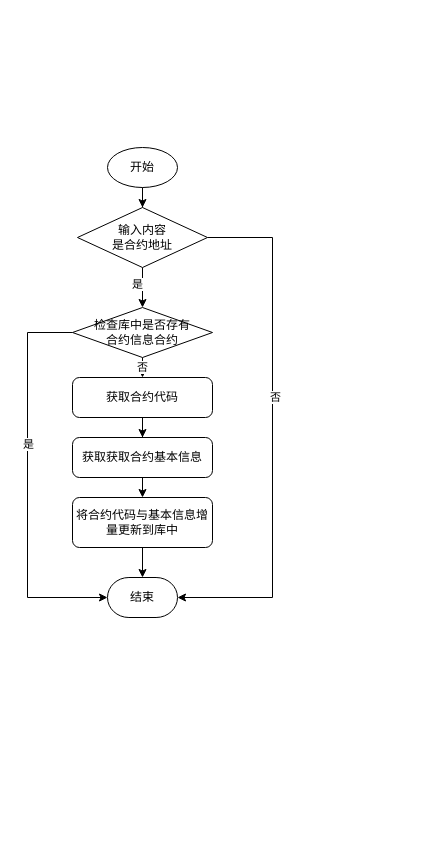
Above: contract_pre_process.drawio in wang2gua/test (draw.io), before the change. Source tidied: cells renumbered, new cells numbered last; positions are measured from the earlier drawing's top-left corner, leaving out a move shared by most shapes. Both pictures are drawn from the tidied source at 100%, with x=0, y=0 at pixel (27, 147).
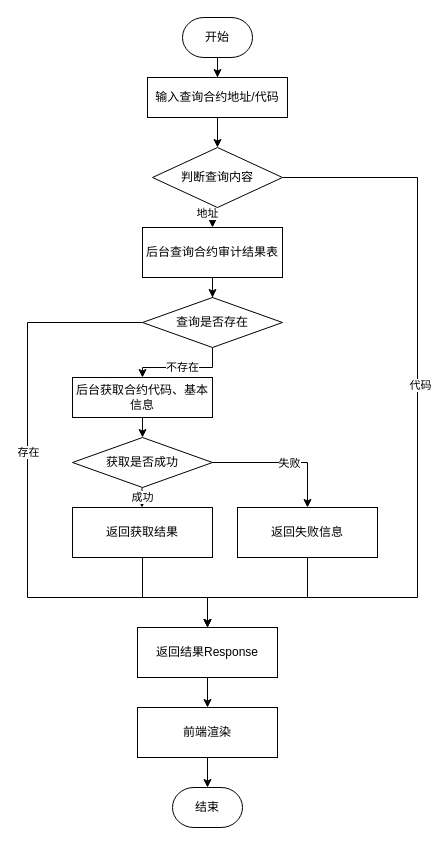
The same page after the edit.

The edit, as a diff of the source:
```diff
@@
-    <mxCell id="2" style="edgeStyle=orthogonalEdgeStyle;rounded=0;jettySize=auto;html=1;exitX=0.5;exitY=1;exitDx=0;exitDy=0;exitPerimeter=0;" parent="1" edge="1" source="3" target="10">
+    <mxCell id="2" style="edgeStyle=orthogonalEdgeStyle;rounded=0;jettySize=auto;html=1;exitX=0.5;exitY=1;exitDx=0;exitDy=0;entryX=0.5;entryY=0;entryDx=0;entryDy=0;entryPerimeter=0;" parent="1" edge="1" source="20" target="10">
       <mxGeometry relative="1" as="geometry" />
     </mxCell>
-    <mxCell id="3" value="开始" style="strokeWidth=1;html=1;shape=mxgraph.flowchart.start_1;whiteSpace=wrap;" parent="1" vertex="1">
-      <mxGeometry x="80" width="70" height="40" as="geometry" />
-    </mxCell>
     <mxCell id="4" value="结束" style="strokeWidth=1;html=1;shape=mxgraph.flowchart.terminator;whiteSpace=wrap;" parent="1" vertex="1">
-      <mxGeometry x="80" y="430" width="70" height="40" as="geometry" />
+      <mxGeometry x="145" y="640" width="70" height="40" as="geometry" />
     </mxCell>
-    <mxCell id="5" style="edgeStyle=orthogonalEdgeStyle;rounded=0;jettySize=auto;html=1;exitX=0.5;exitY=1;exitDx=0;exitDy=0;" parent="1" edge="1" source="6" target="12">
-      <mxGeometry relative="1" as="geometry" />
+    <mxCell id="5" style="edgeStyle=orthogonalEdgeStyle;rounded=0;jettySize=auto;html=1;exitX=0.5;exitY=1;exitDx=0;exitDy=0;" parent="1" edge="1" source="6">
+      <mxGeometry relative="1" as="geometry">
+        <mxPoint x="115" y="290" as="targetPoint" />
+      </mxGeometry>
     </mxCell>
-    <mxCell id="6" value="获取合约代码" style="rounded=1;whiteSpace=wrap;html=1;absoluteArcSize=1;arcSize=14;strokeWidth=1;" parent="1" vertex="1">
+    <mxCell id="6" value="后台获取合约代码、基本信息" style="rounded=0;whiteSpace=wrap;html=1;absoluteArcSize=1;arcSize=14;strokeWidth=1;" parent="1" vertex="1">
       <mxGeometry x="45" y="230" width="140" height="40" as="geometry" />
     </mxCell>
-    <mxCell id="7" style="edgeStyle=orthogonalEdgeStyle;rounded=0;jettySize=auto;html=1;entryX=1;entryY=0.5;entryDx=0;entryDy=0;entryPerimeter=0;exitX=1;exitY=0.5;exitDx=0;exitDy=0;exitPerimeter=0;" parent="1" edge="1" source="10" target="4">
+    <mxCell id="7" style="edgeStyle=orthogonalEdgeStyle;rounded=0;jettySize=auto;html=1;exitX=1;exitY=0.5;exitDx=0;exitDy=0;exitPerimeter=0;entryX=0.5;entryY=0;entryDx=0;entryDy=0;" parent="1" edge="1" source="10" target="22">
       <mxGeometry relative="1" as="geometry">
         <Array as="points">
-          <mxPoint x="245" y="90" />
-          <mxPoint x="245" y="450" />
+          <mxPoint x="390" y="30" />
+          <mxPoint x="390" y="450" />
+          <mxPoint x="180" y="450" />
         </Array>
       </mxGeometry>
     </mxCell>
-    <mxCell id="8" value="否" style="edgeLabel;html=1;align=center;verticalAlign=middle;" parent="7" vertex="1">
+    <mxCell id="8" value="代码" style="edgeLabel;html=1;align=center;verticalAlign=middle;" parent="7" vertex="1">
       <mxGeometry x="-0.14" y="2" relative="1" as="geometry" />
     </mxCell>
-    <mxCell id="9" value="是" style="edgeStyle=orthogonalEdgeStyle;rounded=0;jettySize=auto;html=1;exitX=0.5;exitY=1;exitDx=0;exitDy=0;exitPerimeter=0;entryX=0.5;entryY=0;entryDx=0;entryDy=0;entryPerimeter=0;" parent="1" edge="1" source="10" target="16">
+    <mxCell id="9" value="地址" style="edgeStyle=orthogonalEdgeStyle;rounded=0;jettySize=auto;html=1;exitX=0.5;exitY=1;exitDx=0;exitDy=0;exitPerimeter=0;entryX=0.5;entryY=0;entryDx=0;entryDy=0;" parent="1" edge="1" source="10" target="33">
       <mxGeometry x="-0.14" y="-5" relative="1" as="geometry" />
     </mxCell>
-    <mxCell id="10" value="&lt;div&gt;输入内容&lt;/div&gt;&lt;div&gt;是合约地址&lt;/div&gt;" style="strokeWidth=1;html=1;shape=mxgraph.flowchart.decision;whiteSpace=wrap;" parent="1" vertex="1">
-      <mxGeometry x="50" y="60" width="130" height="60" as="geometry" />
+    <mxCell id="10" value="&lt;div&gt;&lt;span&gt;判断查询内容&lt;/span&gt;&lt;br&gt;&lt;/div&gt;" style="strokeWidth=1;html=1;shape=mxgraph.flowchart.decision;whiteSpace=wrap;" parent="1" vertex="1">
+      <mxGeometry x="125" width="130" height="60" as="geometry" />
     </mxCell>
-    <mxCell id="11" style="edgeStyle=orthogonalEdgeStyle;rounded=0;jettySize=auto;html=1;exitX=0.5;exitY=1;exitDx=0;exitDy=0;entryX=0.5;entryY=0;entryDx=0;entryDy=0;" parent="1" edge="1" source="12" target="18">
-      <mxGeometry relative="1" as="geometry" />
+    <mxCell id="11" value="成功" style="edgeStyle=orthogonalEdgeStyle;rounded=0;orthogonalLoop=1;jettySize=auto;html=1;exitX=0.5;exitY=1;exitDx=0;exitDy=0;entryX=0.5;entryY=0;entryDx=0;entryDy=0;" parent="1" edge="1">
+      <mxGeometry relative="1" as="geometry">
+        <mxPoint x="114.5" y="340" as="sourcePoint" />
+        <mxPoint x="114.5" y="360" as="targetPoint" />
+      </mxGeometry>
     </mxCell>
-    <mxCell id="12" value="获取获取合约基本信息" style="rounded=1;whiteSpace=wrap;html=1;absoluteArcSize=1;arcSize=14;strokeWidth=1;" parent="1" vertex="1">
-      <mxGeometry x="45" y="290" width="140" height="40" as="geometry" />
-    </mxCell>
-    <mxCell id="13" style="edgeStyle=orthogonalEdgeStyle;rounded=0;jettySize=auto;html=1;exitX=0;exitY=0.5;exitDx=0;exitDy=0;exitPerimeter=0;entryX=0;entryY=0.5;entryDx=0;entryDy=0;entryPerimeter=0;" parent="1" edge="1" source="16" target="4">
+    <mxCell id="13" style="edgeStyle=orthogonalEdgeStyle;rounded=0;jettySize=auto;html=1;exitX=0;exitY=0.5;exitDx=0;exitDy=0;exitPerimeter=0;" parent="1" edge="1" source="16">
       <mxGeometry relative="1" as="geometry">
+        <mxPoint x="180" y="490" as="targetPoint" />
         <Array as="points">
-          <mxPoint y="185" />
+          <mxPoint y="175" />
           <mxPoint y="450" />
+          <mxPoint x="180" y="450" />
         </Array>
       </mxGeometry>
     </mxCell>
-    <mxCell id="14" value="是" style="edgeLabel;html=1;align=center;verticalAlign=middle;" parent="13" vertex="1">
+    <mxCell id="14" value="存在" style="edgeLabel;html=1;align=center;verticalAlign=middle;" parent="13" vertex="1">
       <mxGeometry x="-0.2" relative="1" as="geometry" />
     </mxCell>
-    <mxCell id="15" value="否" style="edgeStyle=orthogonalEdgeStyle;rounded=0;jettySize=auto;html=1;exitX=0.5;exitY=1;exitDx=0;exitDy=0;exitPerimeter=0;entryX=0.5;entryY=0;entryDx=0;entryDy=0;" parent="1" edge="1" source="16" target="6">
+    <mxCell id="15" value="不存在" style="edgeStyle=orthogonalEdgeStyle;rounded=0;jettySize=auto;html=1;exitX=0.5;exitY=1;exitDx=0;exitDy=0;exitPerimeter=0;entryX=0.5;entryY=0;entryDx=0;entryDy=0;" parent="1" edge="1" source="16" target="6">
       <mxGeometry relative="1" as="geometry" />
     </mxCell>
-    <mxCell id="16" value="&lt;div&gt;检查库中是否存有&lt;/div&gt;&lt;div&gt;合约信息合约&lt;br&gt;&lt;/div&gt;" style="strokeWidth=1;html=1;shape=mxgraph.flowchart.decision;whiteSpace=wrap;" parent="1" vertex="1">
-      <mxGeometry x="45" y="160" width="140" height="50" as="geometry" />
+    <mxCell id="16" value="查询是否存在" style="strokeWidth=1;html=1;shape=mxgraph.flowchart.decision;whiteSpace=wrap;" parent="1" vertex="1">
+      <mxGeometry x="115" y="150" width="140" height="50" as="geometry" />
     </mxCell>
-    <mxCell id="17" style="edgeStyle=orthogonalEdgeStyle;rounded=0;jettySize=auto;html=1;exitX=0.5;exitY=1;exitDx=0;exitDy=0;" parent="1" edge="1" source="18" target="4">
-      <mxGeometry relative="1" as="geometry" />
-    </mxCell>
-    <mxCell id="18" value="将合约代码与基本信息增量更新到库中" style="rounded=1;whiteSpace=wrap;html=1;absoluteArcSize=1;arcSize=14;strokeWidth=1;" parent="1" vertex="1">
-      <mxGeometry x="45" y="350" width="140" height="50" as="geometry" />
-    </mxCell>
+    <mxCell id="19" style="edgeStyle=orthogonalEdgeStyle;rounded=0;jettySize=auto;html=1;" parent="1" edge="1" source="3" target="20">
+      <mxGeometry relative="1" as="geometry" />
+    </mxCell>
+    <mxCell id="3" value="开始" style="strokeWidth=1;html=1;shape=mxgraph.flowchart.terminator;whiteSpace=wrap;" parent="1" vertex="1">
+      <mxGeometry x="155" y="-130" width="70" height="40" as="geometry" />
+    </mxCell>
+    <mxCell id="20" value="输入查询合约地址/代码" style="rounded=0;whiteSpace=wrap;html=1;absoluteArcSize=1;arcSize=14;strokeWidth=1;" parent="1" vertex="1">
+      <mxGeometry x="120" y="-70" width="140" height="40" as="geometry" />
+    </mxCell>
+    <mxCell id="21" style="edgeStyle=orthogonalEdgeStyle;rounded=0;jettySize=auto;html=1;exitX=0.5;exitY=1;exitDx=0;exitDy=0;entryX=0.5;entryY=0;entryDx=0;entryDy=0;" parent="1" edge="1" source="22" target="24">
+      <mxGeometry relative="1" as="geometry" />
+    </mxCell>
+    <mxCell id="22" value="返回结果Response" style="rounded=0;whiteSpace=wrap;html=1;absoluteArcSize=1;arcSize=14;strokeWidth=1;" parent="1" vertex="1">
+      <mxGeometry x="110" y="480" width="140" height="50" as="geometry" />
+    </mxCell>
+    <mxCell id="23" style="edgeStyle=orthogonalEdgeStyle;rounded=0;jettySize=auto;html=1;exitX=0.5;exitY=1;exitDx=0;exitDy=0;" parent="1" edge="1" source="24" target="4">
+      <mxGeometry relative="1" as="geometry" />
+    </mxCell>
+    <mxCell id="24" value="前端渲染" style="rounded=0;whiteSpace=wrap;html=1;absoluteArcSize=1;arcSize=14;strokeWidth=1;" parent="1" vertex="1">
+      <mxGeometry x="110" y="560" width="140" height="50" as="geometry" />
+    </mxCell>
+    <mxCell id="25" style="edgeStyle=orthogonalEdgeStyle;rounded=0;jettySize=auto;html=1;exitX=1;exitY=0.5;exitDx=0;exitDy=0;exitPerimeter=0;entryX=0.5;entryY=0;entryDx=0;entryDy=0;" parent="1" edge="1" source="27" target="31">
+      <mxGeometry relative="1" as="geometry" />
+    </mxCell>
+    <mxCell id="26" value="失败" style="edgeLabel;html=1;align=center;verticalAlign=middle;" parent="25" vertex="1">
+      <mxGeometry x="0.09" relative="1" as="geometry" />
+    </mxCell>
+    <mxCell id="27" value="&lt;div&gt;获取是否成功&lt;/div&gt;" style="strokeWidth=1;html=1;shape=mxgraph.flowchart.decision;whiteSpace=wrap;" parent="1" vertex="1">
+      <mxGeometry x="45" y="290" width="140" height="50" as="geometry" />
+    </mxCell>
+    <mxCell id="28" style="edgeStyle=orthogonalEdgeStyle;rounded=0;jettySize=auto;html=1;exitX=0.5;exitY=1;exitDx=0;exitDy=0;" parent="1" edge="1" source="29" target="22">
+      <mxGeometry relative="1" as="geometry">
+        <Array as="points">
+          <mxPoint x="115" y="450" />
+          <mxPoint x="180" y="450" />
+        </Array>
+      </mxGeometry>
+    </mxCell>
+    <mxCell id="29" value="返回获取结果" style="rounded=0;whiteSpace=wrap;html=1;absoluteArcSize=1;arcSize=14;strokeWidth=1;" parent="1" vertex="1">
+      <mxGeometry x="45" y="360" width="140" height="50" as="geometry" />
+    </mxCell>
+    <mxCell id="30" style="edgeStyle=orthogonalEdgeStyle;rounded=0;jettySize=auto;html=1;" parent="1" edge="1" source="31">
+      <mxGeometry relative="1" as="geometry">
+        <mxPoint x="180" y="480" as="targetPoint" />
+        <Array as="points">
+          <mxPoint x="280" y="450" />
+          <mxPoint x="180" y="450" />
+        </Array>
+      </mxGeometry>
+    </mxCell>
+    <mxCell id="31" value="返回失败信息" style="rounded=0;whiteSpace=wrap;html=1;absoluteArcSize=1;arcSize=14;strokeWidth=1;" parent="1" vertex="1">
+      <mxGeometry x="210" y="360" width="140" height="50" as="geometry" />
+    </mxCell>
+    <mxCell id="32" style="edgeStyle=orthogonalEdgeStyle;rounded=0;jettySize=auto;html=1;" parent="1" edge="1" source="33" target="16">
+      <mxGeometry relative="1" as="geometry" />
+    </mxCell>
+    <mxCell id="33" value="后台查询合约审计结果表" style="rounded=0;whiteSpace=wrap;html=1;absoluteArcSize=1;arcSize=14;strokeWidth=1;" parent="1" vertex="1">
+      <mxGeometry x="115" y="80" width="140" height="50" as="geometry" />
+    </mxCell>
```
